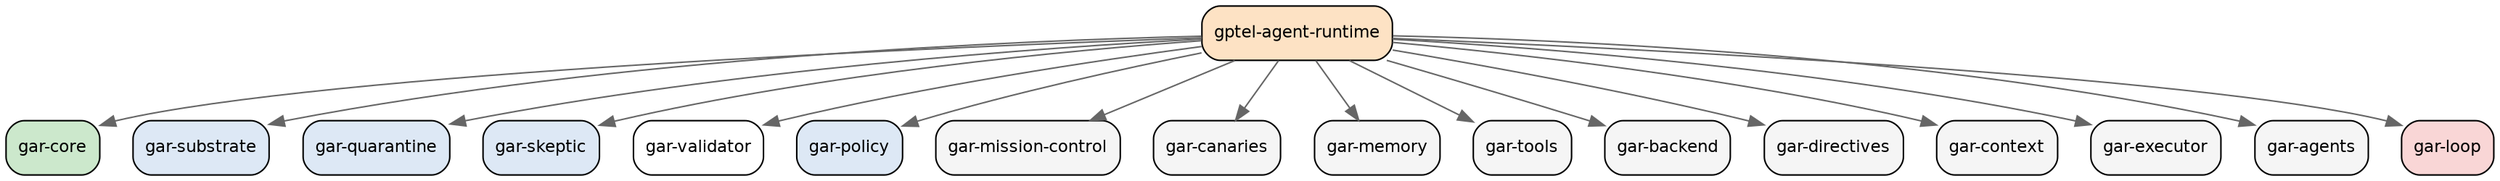
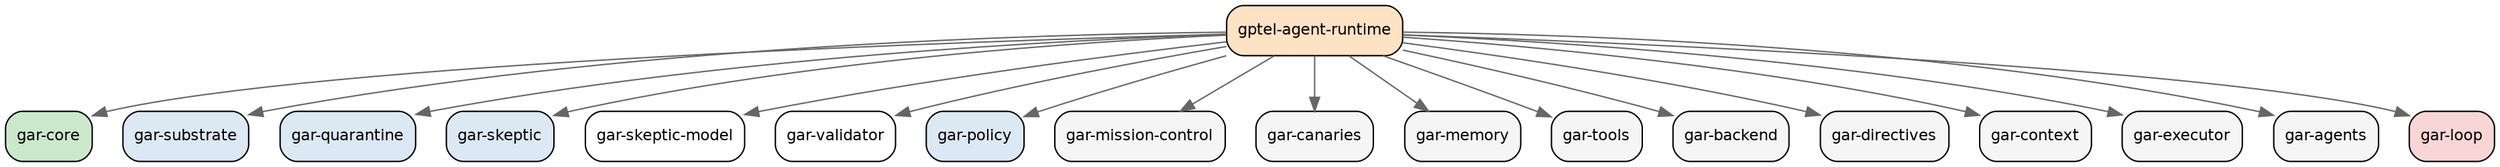
// Auto-generated by scripts/refresh-dep-graph.el. Do not edit by hand.
// Edges point from a module to the modules it (require)s.
digraph gptel_agent_runtime {
  rankdir=TB;
  node [shape=box, style="rounded,filled", fontname="Helvetica", fontsize=11];
  edge [fontname="Helvetica", fontsize=9, color="#666666"];
  graph [splines=true, nodesep=0.3, ranksep=0.55];
  "gptel-agent-runtime" [label="gptel-agent-runtime", fillcolor="#fde2c4", ordering="out"];
  "gar-core" [label="gar-core", fillcolor="#cce8cc"];
  "gar-substrate" [label="gar-substrate", fillcolor="#dde8f5"];
  "gar-quarantine" [label="gar-quarantine", fillcolor="#dde8f5"];
  "gar-skeptic" [label="gar-skeptic", fillcolor="#dde8f5"];
+   "gar-skeptic-model" [label="gar-skeptic-model", fillcolor="#ffffff"];
  "gar-validator" [label="gar-validator", fillcolor="#ffffff"];
  "gar-policy" [label="gar-policy", fillcolor="#dde8f5"];
  "gar-mission-control" [label="gar-mission-control", fillcolor="#f5f5f5"];
  "gar-canaries" [label="gar-canaries", fillcolor="#f5f5f5"];
  "gar-memory" [label="gar-memory", fillcolor="#f5f5f5"];
  "gar-tools" [label="gar-tools", fillcolor="#f5f5f5"];
  "gar-backend" [label="gar-backend", fillcolor="#f5f5f5"];
  "gar-directives" [label="gar-directives", fillcolor="#f5f5f5"];
  "gar-context" [label="gar-context", fillcolor="#f5f5f5"];
  "gar-executor" [label="gar-executor", fillcolor="#f5f5f5"];
  "gar-agents" [label="gar-agents", fillcolor="#f5f5f5"];
  "gar-loop" [label="gar-loop", fillcolor="#f9d6d6"];
  "gptel-agent-runtime" -> "gar-core";
  "gptel-agent-runtime" -> "gar-substrate";
  "gptel-agent-runtime" -> "gar-quarantine";
  "gptel-agent-runtime" -> "gar-skeptic";
+   "gptel-agent-runtime" -> "gar-skeptic-model";
  "gptel-agent-runtime" -> "gar-validator";
  "gptel-agent-runtime" -> "gar-policy";
  "gptel-agent-runtime" -> "gar-mission-control";
  "gptel-agent-runtime" -> "gar-canaries";
  "gptel-agent-runtime" -> "gar-memory";
  "gptel-agent-runtime" -> "gar-tools";
  "gptel-agent-runtime" -> "gar-backend";
  "gptel-agent-runtime" -> "gar-directives";
  "gptel-agent-runtime" -> "gar-context";
  "gptel-agent-runtime" -> "gar-executor";
  "gptel-agent-runtime" -> "gar-agents";
  "gptel-agent-runtime" -> "gar-loop";
}
